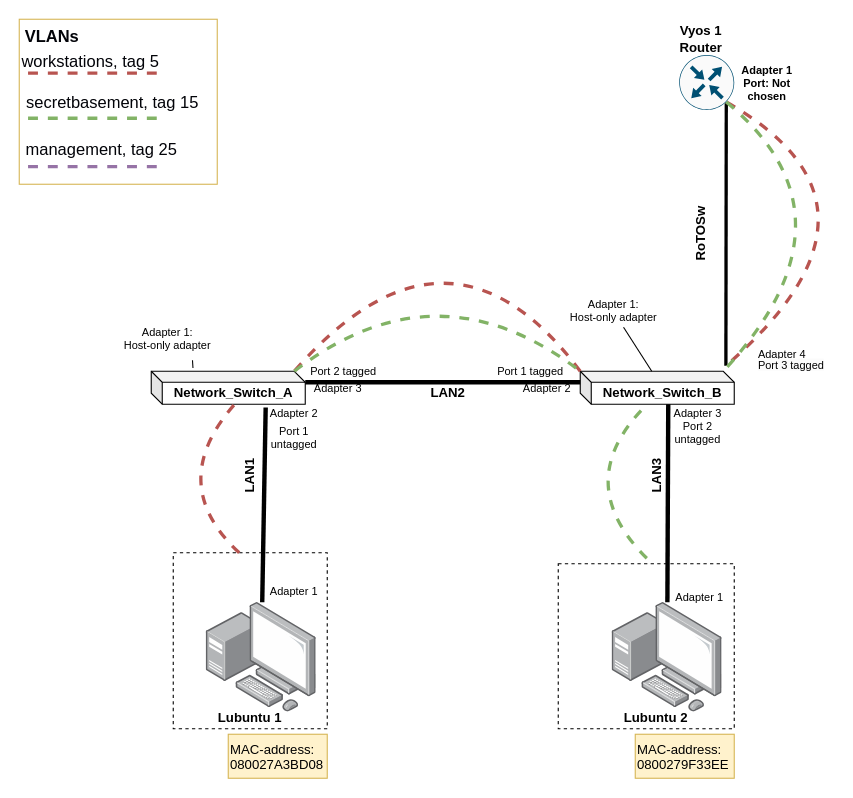
Before: page "Physical Topology" (1 of 3) of documentation/E04/E04NetworkChart_04.drawio in Kjersheim/DataNetworksIntro2023, a draw.io diagram. Source tidied: cells renumbered, new cells numbered last; positions are measured from the earlier drawing's top-left corner, leaving out a move shared by most shapes. Both pictures are drawn from the tidied source at 110%, with x=0, y=0 at pixel (19, 19).
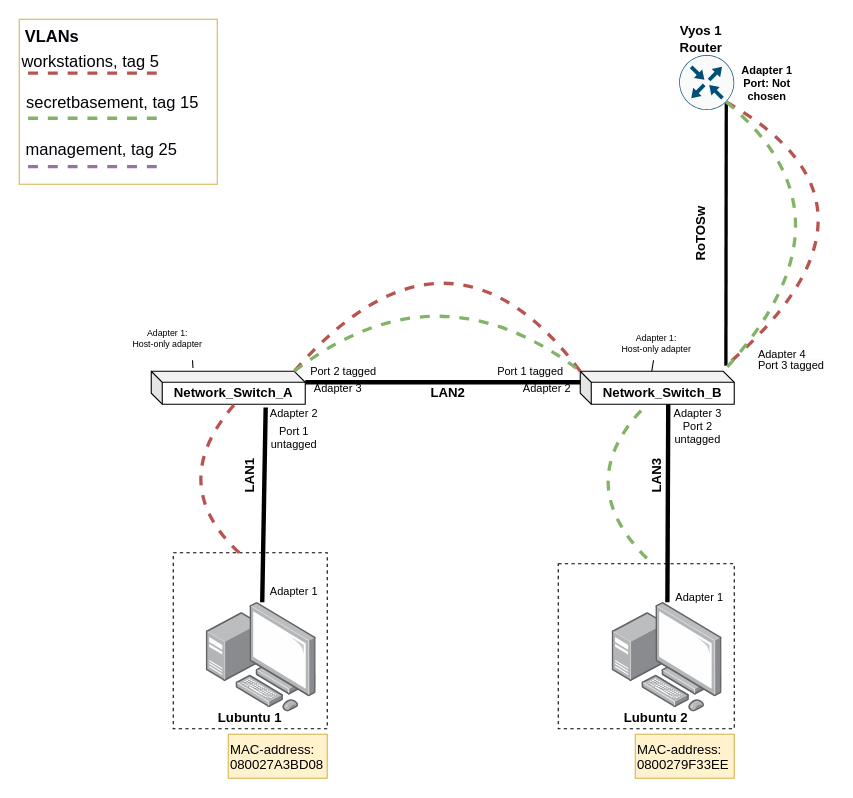
The same diagram, later.

What changed in the source:
```diff
@@
-    <mxCell id="18" value="&lt;font style=&quot;font-size: 10px;&quot;&gt;Adapter 1:&lt;br style=&quot;font-size: 10px;&quot;&gt;Host-only adapter&lt;/font&gt;" style="text;strokeColor=none;align=center;fillColor=none;html=1;verticalAlign=middle;whiteSpace=wrap;rounded=0;dashed=1;fontStyle=0;fontSize=10;" parent="1" vertex="1">
+    <mxCell id="18" value="&lt;font style=&quot;font-size: 8px;&quot;&gt;Adapter 1:&lt;br style=&quot;font-size: 8px;&quot;&gt;Host-only adapter&lt;/font&gt;" style="text;strokeColor=none;align=center;fillColor=none;html=1;verticalAlign=middle;whiteSpace=wrap;rounded=0;dashed=1;fontStyle=0;fontSize=8;" parent="1" vertex="1">
       <mxGeometry x="90" y="270" width="90" height="40" as="geometry" />
     </mxCell>
@@
-    <mxCell id="45" value="&lt;font style=&quot;font-size: 10px;&quot;&gt;Adapter 1:&lt;br style=&quot;font-size: 10px;&quot;&gt;Host-only adapter&lt;/font&gt;" style="text;strokeColor=none;align=center;fillColor=none;html=1;verticalAlign=middle;whiteSpace=wrap;rounded=0;dashed=1;fontSize=10;fontStyle=0;" parent="1" vertex="1">
-      <mxGeometry x="489.5" y="250" width="100.5" height="30" as="geometry" />
+    <mxCell id="45" value="&lt;font style=&quot;font-size: 8px;&quot;&gt;Adapter 1:&lt;br style=&quot;font-size: 8px;&quot;&gt;Host-only adapter&lt;/font&gt;" style="text;strokeColor=none;align=center;fillColor=none;html=1;verticalAlign=middle;whiteSpace=wrap;rounded=0;dashed=1;fontSize=8;fontStyle=0;" parent="1" vertex="1">
+      <mxGeometry x="528.8" y="280" width="100.5" height="30" as="geometry" />
     </mxCell>
```
